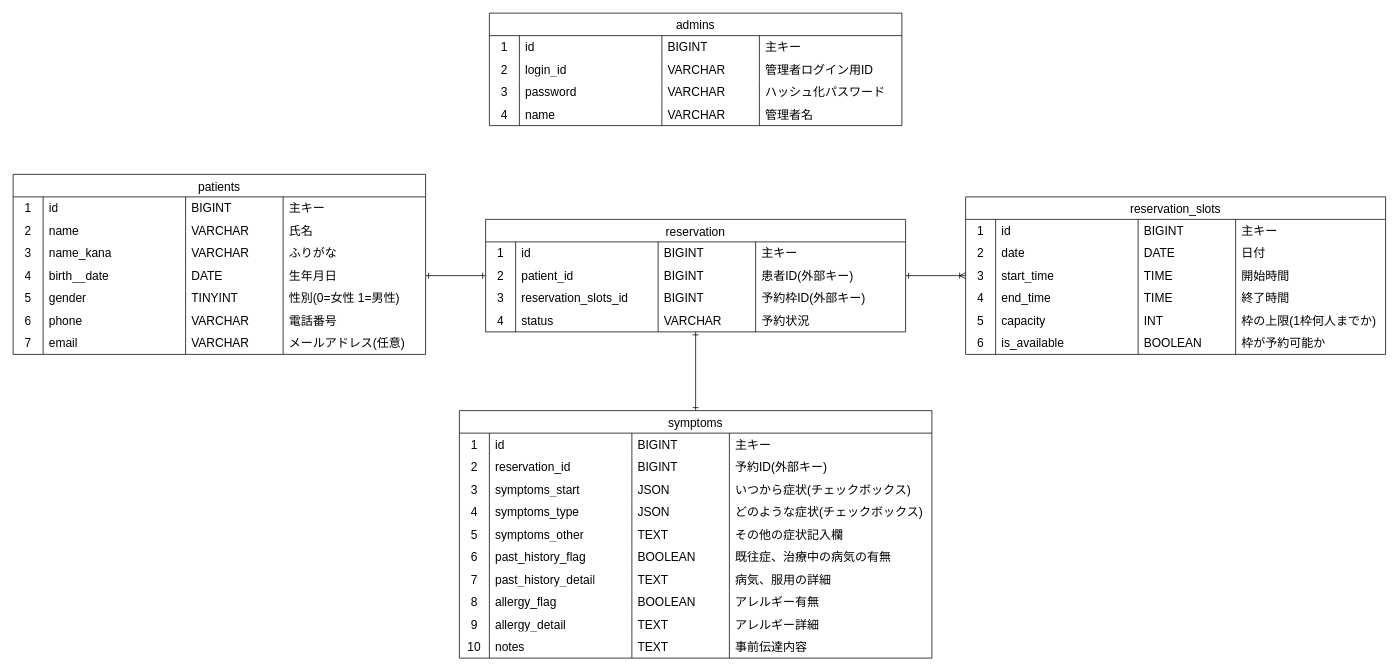
ka-kng/ReservationSys keeps this draw.io diagram as docs/er.drawio. Above is the earlier version. Source tidied: cells renumbered, new cells numbered last; positions are measured from the earlier drawing's top-left corner, leaving out a move shared by most shapes. Both pictures are drawn from the tidied source at 75%, with x=0, y=0 at pixel (13, 13).
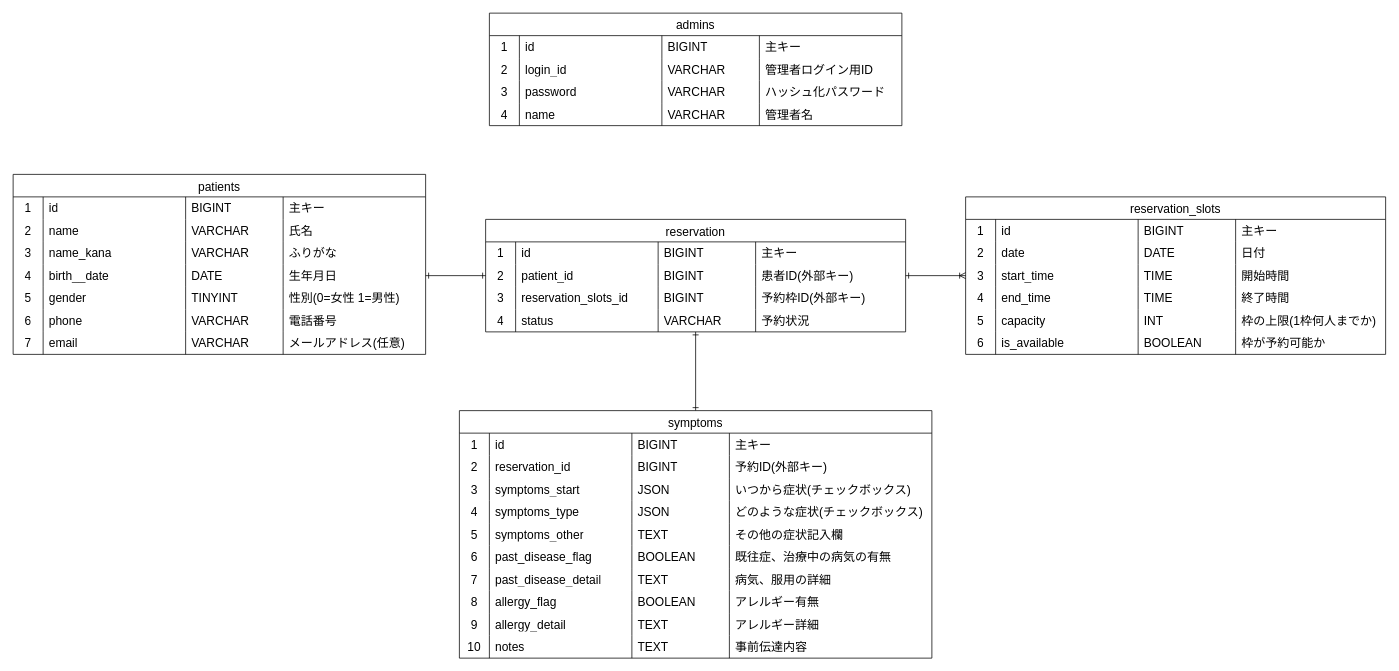
Above is the later version.

Unchanged cells that the change refers to:
```xml
<mxCell id="86" style="shape=tableRow;horizontal=0;startSize=0;swimlaneHead=0;swimlaneBody=0;top=0;left=0;bottom=0;right=0;fillColor=none;strokeColor=inherit;fontSize=16;" parent="60" vertex="1">
  <mxGeometry y="180" width="630" height="30" as="geometry" />
</mxCell>
<mxCell id="91" style="shape=tableRow;horizontal=0;startSize=0;swimlaneHead=0;swimlaneBody=0;top=0;left=0;bottom=0;right=0;fillColor=none;strokeColor=inherit;fontSize=16;" parent="60" vertex="1">
  <mxGeometry y="210" width="630" height="30" as="geometry" />
</mxCell>
```

Diff of the diagram source:
```diff
@@
-    <mxCell id="88" value="past_history_flag" style="shape=partialRectangle;html=1;whiteSpace=wrap;fillColor=none;top=0;left=0;bottom=0;right=0;align=left;spacingLeft=6;overflow=hidden;strokeColor=inherit;fontSize=16;" parent="86" vertex="1">
+    <mxCell id="88" value="past_disease_flag" style="shape=partialRectangle;html=1;whiteSpace=wrap;fillColor=none;top=0;left=0;bottom=0;right=0;align=left;spacingLeft=6;overflow=hidden;strokeColor=inherit;fontSize=16;" parent="86" vertex="1">
       <mxGeometry x="40" width="190" height="30" as="geometry" />
     </mxCell>
@@
-    <mxCell id="93" value="past_history_detail" style="shape=partialRectangle;html=1;whiteSpace=wrap;fillColor=none;top=0;left=0;bottom=0;right=0;align=left;spacingLeft=6;overflow=hidden;strokeColor=inherit;fontSize=16;" parent="91" vertex="1">
+    <mxCell id="93" value="past_disease_detail" style="shape=partialRectangle;html=1;whiteSpace=wrap;fillColor=none;top=0;left=0;bottom=0;right=0;align=left;spacingLeft=6;overflow=hidden;strokeColor=inherit;fontSize=16;" parent="91" vertex="1">
       <mxGeometry x="40" width="190" height="30" as="geometry" />
     </mxCell>
```
